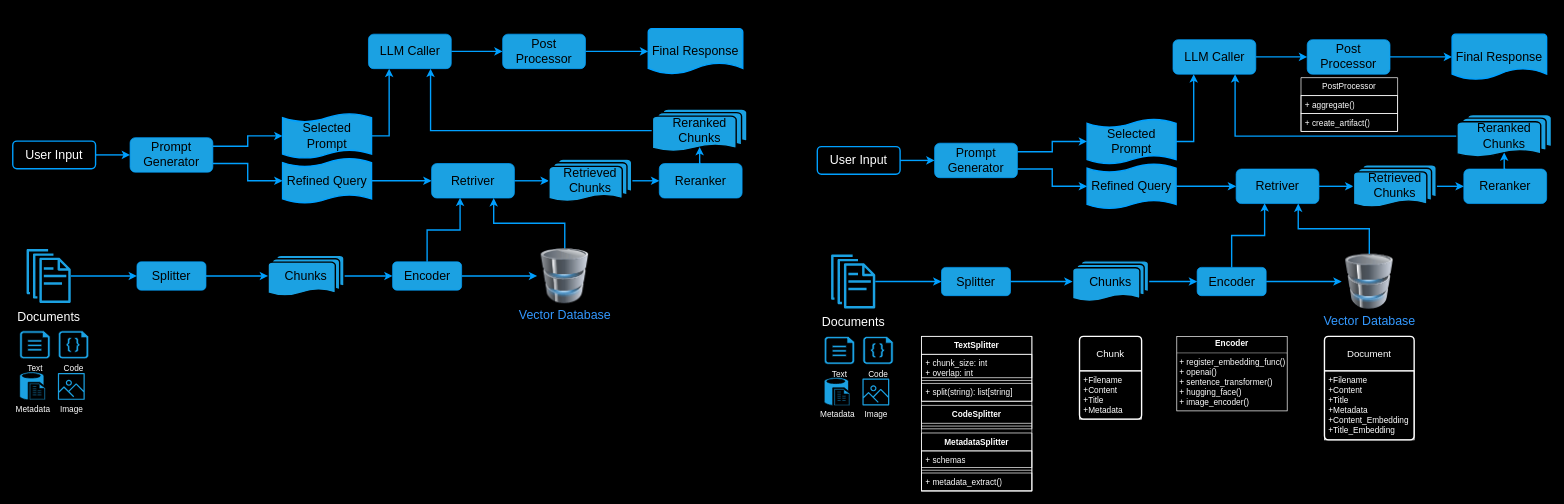
The draw.io diagram Tasks4AutoGen/autogen-rag.drawio in thinkall/autogen-demos, before the edit. Source tidied: cells renumbered, new cells numbered last; positions are measured from the earlier drawing's top-left corner, leaving out a move shared by most shapes. Both pictures are drawn from the tidied source at 69%, with x=0, y=0 at pixel (12, 28).
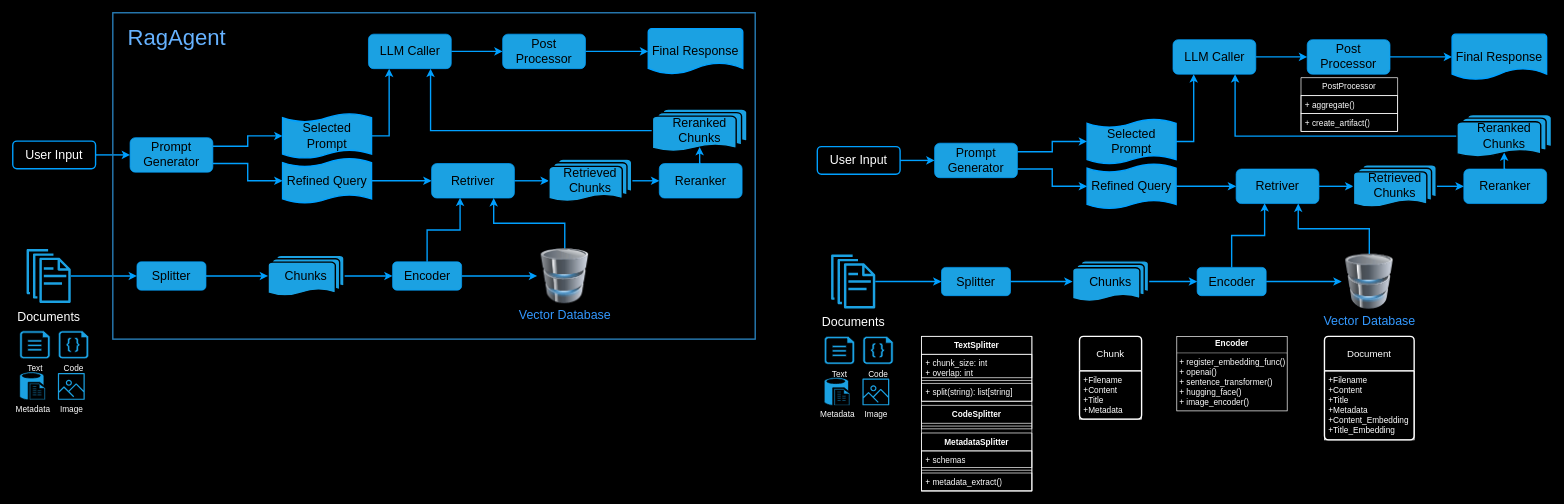
After the change.

The edit, as a diff of the source:
```diff
@@
+    <mxCell id="101" style="rounded=0;whiteSpace=wrap;html=1;fillColor=none;strokeWidth=2;strokeColor=#287eb8;" parent="1" vertex="1">
+      <mxGeometry x="145" y="-23" width="931" height="473" as="geometry" />
+    </mxCell>
+    <mxCell id="102" value="RagAgent" style="rounded=0;whiteSpace=wrap;html=1;fillColor=none;fontColor=#66B2FF;spacing=2;fontSize=32;" parent="1" vertex="1">
+      <mxGeometry x="148" y="-19" width="180" height="63" as="geometry" />
+    </mxCell>
```
